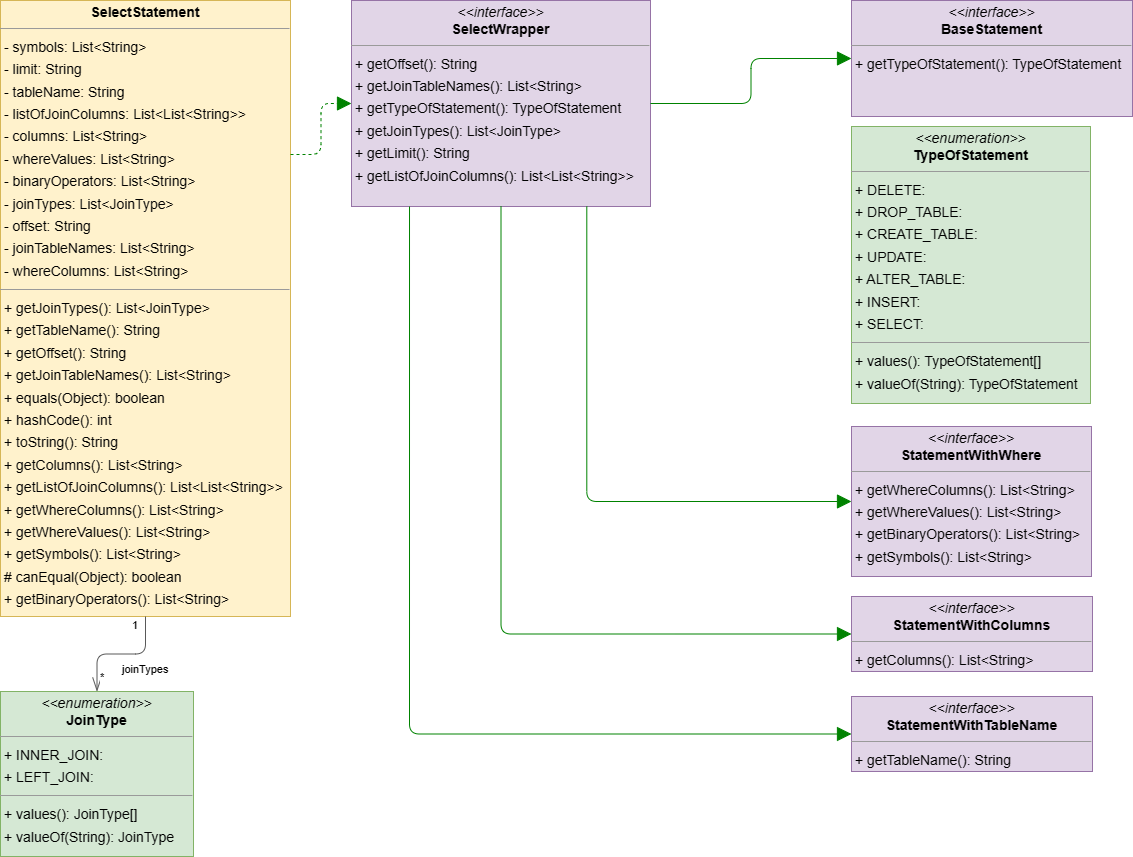
Before: JFSQL-documentation/Images/Select.png, a diagram exported from draw.io (Zsolti0819/JFSQL). Source tidied: cells renumbered, new cells last; positions are measured from the earlier drawing's top-left corner, leaving out a move shared by most shapes.
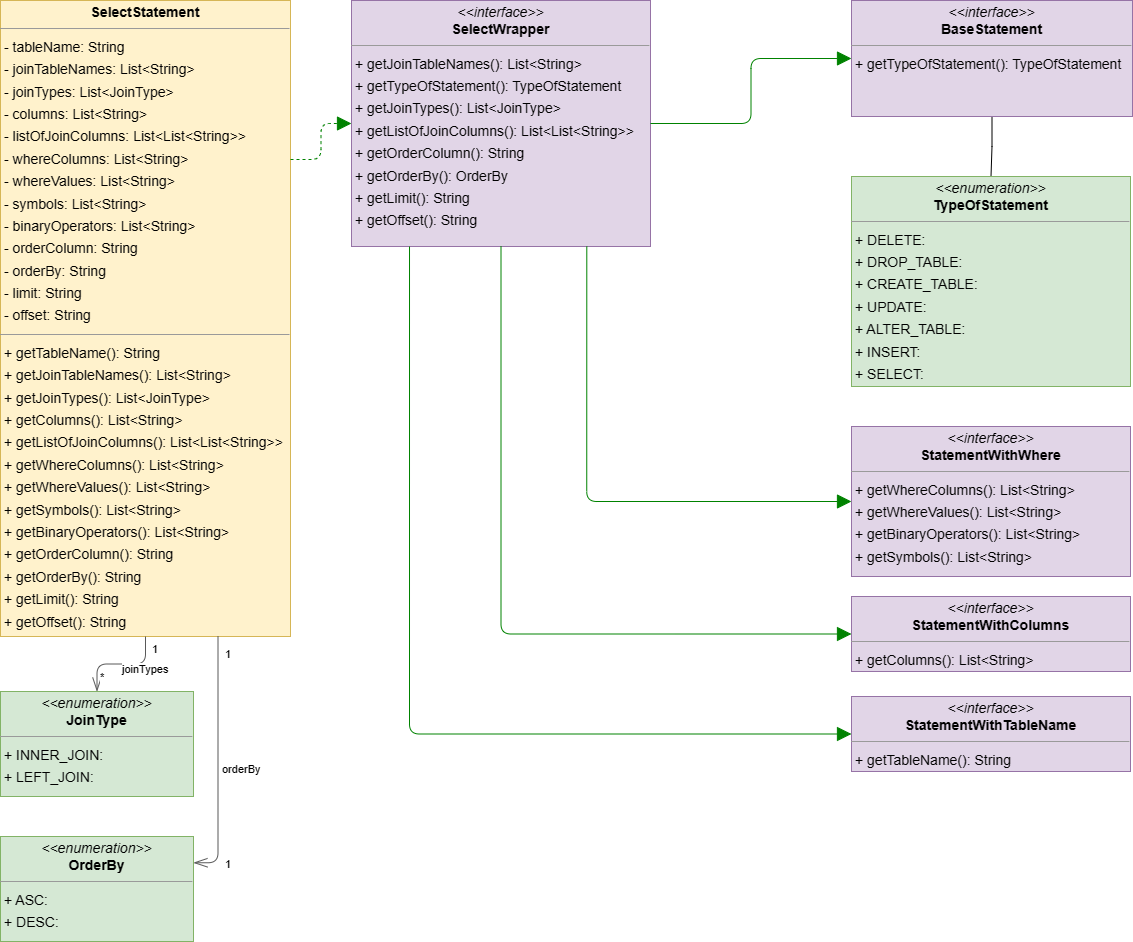
The same file after the commit.

Diff of the diagram source:
```diff
@@ -2,35 +2,38 @@
   <root>
     <mxCell id="0" />
     <mxCell id="1" parent="0" />
+    <mxCell id="19" style="edgeStyle=orthogonalEdgeStyle;rounded=0;jettySize=auto;html=1;exitX=0.5;exitY=1;exitDx=0;exitDy=0;entryX=0.5;entryY=0;entryDx=0;entryDy=0;endArrow=none;endFill=0;" parent="1" edge="1" source="2" target="9">
+      <mxGeometry relative="1" as="geometry" />
+    </mxCell>
     <mxCell id="2" value="&lt;p style=&quot;margin:0px;margin-top:4px;text-align:center;&quot;&gt;&lt;i&gt;&amp;lt;&amp;lt;interface&amp;gt;&amp;gt;&lt;/i&gt;&lt;br/&gt;&lt;b&gt;BaseStatement&lt;/b&gt;&lt;/p&gt;&lt;hr size=&quot;1&quot;/&gt;&lt;p style=&quot;margin:0 0 0 4px;line-height:1.6;&quot;&gt;+ getTypeOfStatement(): TypeOfStatement&lt;/p&gt;" style="verticalAlign=top;align=left;overflow=fill;fontSize=14;fontFamily=Helvetica;html=1;rounded=0;shadow=0;comic=0;labelBackgroundColor=none;strokeWidth=1;fillColor=#e1d5e7;strokeColor=#9673a6;" parent="1" vertex="1">
       <mxGeometry x="851" width="281" height="116" as="geometry" />
     </mxCell>
-    <mxCell id="3" value="&lt;p style=&quot;margin:0px;margin-top:4px;text-align:center;&quot;&gt;&lt;i&gt;&amp;lt;&amp;lt;enumeration&amp;gt;&amp;gt;&lt;/i&gt;&lt;br/&gt;&lt;b&gt;JoinType&lt;/b&gt;&lt;/p&gt;&lt;hr size=&quot;1&quot;/&gt;&lt;p style=&quot;margin:0 0 0 4px;line-height:1.6;&quot;&gt;+ INNER_JOIN: &lt;br/&gt;+ LEFT_JOIN: &lt;/p&gt;&lt;hr size=&quot;1&quot;/&gt;&lt;p style=&quot;margin:0 0 0 4px;line-height:1.6;&quot;&gt;+ values(): JoinType[]&lt;br/&gt;+ valueOf(String): JoinType&lt;/p&gt;" style="verticalAlign=top;align=left;overflow=fill;fontSize=14;fontFamily=Helvetica;html=1;rounded=0;shadow=0;comic=0;labelBackgroundColor=none;strokeWidth=1;fillColor=#d5e8d4;strokeColor=#82b366;" parent="1" vertex="1">
-      <mxGeometry y="691" width="193" height="165" as="geometry" />
+    <mxCell id="3" value="&lt;p style=&quot;margin:0px;margin-top:4px;text-align:center;&quot;&gt;&lt;i&gt;&amp;lt;&amp;lt;enumeration&amp;gt;&amp;gt;&lt;/i&gt;&lt;br&gt;&lt;b&gt;JoinType&lt;/b&gt;&lt;/p&gt;&lt;hr size=&quot;1&quot;&gt;&lt;p style=&quot;margin:0 0 0 4px;line-height:1.6;&quot;&gt;+ INNER_JOIN: &lt;br&gt;+ LEFT_JOIN: &lt;/p&gt;&lt;p style=&quot;margin:0 0 0 4px;line-height:1.6;&quot;&gt;&lt;br&gt;&lt;/p&gt;" style="verticalAlign=top;align=left;overflow=fill;fontSize=14;fontFamily=Helvetica;html=1;rounded=0;shadow=0;comic=0;labelBackgroundColor=none;strokeWidth=1;fillColor=#d5e8d4;strokeColor=#82b366;" parent="1" vertex="1">
+      <mxGeometry y="691" width="193" height="105" as="geometry" />
     </mxCell>
-    <mxCell id="4" value="&lt;p style=&quot;margin:0px;margin-top:4px;text-align:center;&quot;&gt;&lt;b&gt;SelectStatement&lt;/b&gt;&lt;/p&gt;&lt;hr size=&quot;1&quot;/&gt;&lt;p style=&quot;margin:0 0 0 4px;line-height:1.6;&quot;&gt;- symbols: List&amp;lt;String&amp;gt;&lt;br/&gt;- limit: String&lt;br/&gt;- tableName: String&lt;br/&gt;- listOfJoinColumns: List&amp;lt;List&amp;lt;String&amp;gt;&amp;gt;&lt;br/&gt;- columns: List&amp;lt;String&amp;gt;&lt;br/&gt;- whereValues: List&amp;lt;String&amp;gt;&lt;br/&gt;- binaryOperators: List&amp;lt;String&amp;gt;&lt;br/&gt;- joinTypes: List&amp;lt;JoinType&amp;gt;&lt;br/&gt;- offset: String&lt;br/&gt;- joinTableNames: List&amp;lt;String&amp;gt;&lt;br/&gt;- whereColumns: List&amp;lt;String&amp;gt;&lt;/p&gt;&lt;hr size=&quot;1&quot;/&gt;&lt;p style=&quot;margin:0 0 0 4px;line-height:1.6;&quot;&gt;+ getJoinTypes(): List&amp;lt;JoinType&amp;gt;&lt;br/&gt;+ getTableName(): String&lt;br/&gt;+ getOffset(): String&lt;br/&gt;+ getJoinTableNames(): List&amp;lt;String&amp;gt;&lt;br/&gt;+ equals(Object): boolean&lt;br/&gt;+ hashCode(): int&lt;br/&gt;+ toString(): String&lt;br/&gt;+ getColumns(): List&amp;lt;String&amp;gt;&lt;br/&gt;+ getListOfJoinColumns(): List&amp;lt;List&amp;lt;String&amp;gt;&amp;gt;&lt;br/&gt;+ getWhereColumns(): List&amp;lt;String&amp;gt;&lt;br/&gt;+ getWhereValues(): List&amp;lt;String&amp;gt;&lt;br/&gt;+ getSymbols(): List&amp;lt;String&amp;gt;&lt;br/&gt;# canEqual(Object): boolean&lt;br/&gt;+ getBinaryOperators(): List&amp;lt;String&amp;gt;&lt;br/&gt;+ getLimit(): String&lt;/p&gt;" style="verticalAlign=top;align=left;overflow=fill;fontSize=14;fontFamily=Helvetica;html=1;rounded=0;shadow=0;comic=0;labelBackgroundColor=none;strokeWidth=1;fillColor=#fff2cc;strokeColor=#d6b656;" parent="1" vertex="1">
-      <mxGeometry width="290" height="616" as="geometry" />
+    <mxCell id="4" value="&lt;p style=&quot;margin:0px;margin-top:4px;text-align:center;&quot;&gt;&lt;b&gt;SelectStatement&lt;/b&gt;&lt;/p&gt;&lt;hr size=&quot;1&quot;&gt;&lt;p style=&quot;margin:0 0 0 4px;line-height:1.6;&quot;&gt;- tableName: String&lt;br&gt;- joinTableNames: List&amp;lt;String&amp;gt;&lt;br&gt;- joinTypes: List&amp;lt;JoinType&amp;gt;&lt;br&gt;- columns: List&amp;lt;String&amp;gt;&lt;br&gt;- listOfJoinColumns: List&amp;lt;List&amp;lt;String&amp;gt;&amp;gt;&lt;br&gt;&lt;/p&gt;&lt;p style=&quot;margin:0 0 0 4px;line-height:1.6;&quot;&gt;- whereColumns: List&amp;lt;String&amp;gt;&lt;br&gt;&lt;/p&gt;&lt;p style=&quot;margin:0 0 0 4px;line-height:1.6;&quot;&gt;- whereValues: List&amp;lt;String&amp;gt;&lt;br&gt;&lt;/p&gt;&lt;p style=&quot;margin:0 0 0 4px;line-height:1.6;&quot;&gt;- symbols: List&amp;lt;String&amp;gt;&lt;br&gt;- binaryOperators: List&amp;lt;String&amp;gt;&lt;/p&gt;&lt;p style=&quot;margin:0 0 0 4px;line-height:1.6;&quot;&gt;- orderColumn: String&lt;/p&gt;&lt;p style=&quot;margin:0 0 0 4px;line-height:1.6;&quot;&gt;- orderBy: String&lt;br&gt;- limit: String&lt;br&gt;- offset: String&lt;br&gt;&lt;/p&gt;&lt;hr size=&quot;1&quot;&gt;&lt;p style=&quot;margin:0 0 0 4px;line-height:1.6;&quot;&gt;+ getTableName(): String&lt;br&gt;&lt;/p&gt;&lt;p style=&quot;margin:0 0 0 4px;line-height:1.6;&quot;&gt;+ getJoinTableNames(): List&amp;lt;String&amp;gt;&lt;br&gt;&lt;/p&gt;&lt;p style=&quot;margin:0 0 0 4px;line-height:1.6;&quot;&gt;+ getJoinTypes(): List&amp;lt;JoinType&amp;gt;&lt;br&gt;+ getColumns(): List&amp;lt;String&amp;gt;&lt;/p&gt;&lt;p style=&quot;margin:0 0 0 4px;line-height:1.6;&quot;&gt;+ getListOfJoinColumns(): List&amp;lt;List&amp;lt;String&amp;gt;&amp;gt;&lt;/p&gt;&lt;p style=&quot;margin:0 0 0 4px;line-height:1.6;&quot;&gt;+ getWhereColumns(): List&amp;lt;String&amp;gt;&lt;br style=&quot;border-color: var(--border-color);&quot;&gt;+ getWhereValues(): List&amp;lt;String&amp;gt;&lt;/p&gt;&lt;p style=&quot;margin:0 0 0 4px;line-height:1.6;&quot;&gt;+ getSymbols(): List&amp;lt;String&amp;gt;&lt;br style=&quot;border-color: var(--border-color);&quot;&gt;+ getBinaryOperators(): List&amp;lt;String&amp;gt;&lt;/p&gt;&lt;p style=&quot;margin:0 0 0 4px;line-height:1.6;&quot;&gt;+ getOrderColumn(): String&lt;br&gt;&lt;/p&gt;&lt;p style=&quot;margin:0 0 0 4px;line-height:1.6;&quot;&gt;+ getOrderBy(): String&lt;br&gt;&lt;/p&gt;&lt;p style=&quot;margin:0 0 0 4px;line-height:1.6;&quot;&gt;+ getLimit(): String&lt;br&gt;+ getOffset(): String&lt;br&gt;&lt;br&gt;&lt;/p&gt;" style="verticalAlign=top;align=left;overflow=fill;fontSize=14;fontFamily=Helvetica;html=1;rounded=0;shadow=0;comic=0;labelBackgroundColor=none;strokeWidth=1;fillColor=#fff2cc;strokeColor=#d6b656;" parent="1" vertex="1">
+      <mxGeometry width="290" height="636" as="geometry" />
     </mxCell>
-    <mxCell id="5" value="&lt;p style=&quot;margin:0px;margin-top:4px;text-align:center;&quot;&gt;&lt;i&gt;&amp;lt;&amp;lt;interface&amp;gt;&amp;gt;&lt;/i&gt;&lt;br/&gt;&lt;b&gt;SelectWrapper&lt;/b&gt;&lt;/p&gt;&lt;hr size=&quot;1&quot;/&gt;&lt;p style=&quot;margin:0 0 0 4px;line-height:1.6;&quot;&gt;+ getOffset(): String&lt;br/&gt;+ getJoinTableNames(): List&amp;lt;String&amp;gt;&lt;br/&gt;+ getTypeOfStatement(): TypeOfStatement&lt;br/&gt;+ getJoinTypes(): List&amp;lt;JoinType&amp;gt;&lt;br/&gt;+ getLimit(): String&lt;br/&gt;+ getListOfJoinColumns(): List&amp;lt;List&amp;lt;String&amp;gt;&amp;gt;&lt;/p&gt;" style="verticalAlign=top;align=left;overflow=fill;fontSize=14;fontFamily=Helvetica;html=1;rounded=0;shadow=0;comic=0;labelBackgroundColor=none;strokeWidth=1;fillColor=#e1d5e7;strokeColor=#9673a6;" parent="1" vertex="1">
-      <mxGeometry x="351" width="299" height="206" as="geometry" />
+    <mxCell id="5" value="&lt;p style=&quot;margin:0px;margin-top:4px;text-align:center;&quot;&gt;&lt;i&gt;&amp;lt;&amp;lt;interface&amp;gt;&amp;gt;&lt;/i&gt;&lt;br&gt;&lt;b&gt;SelectWrapper&lt;/b&gt;&lt;/p&gt;&lt;hr size=&quot;1&quot;&gt;&lt;p style=&quot;margin:0 0 0 4px;line-height:1.6;&quot;&gt;+ getJoinTableNames(): List&amp;lt;String&amp;gt;&lt;br&gt;+ getTypeOfStatement(): TypeOfStatement&lt;br&gt;+ getJoinTypes(): List&amp;lt;JoinType&amp;gt;&lt;br&gt;+ getListOfJoinColumns(): List&amp;lt;List&amp;lt;String&amp;gt;&amp;gt;&lt;/p&gt;&lt;p style=&quot;margin:0 0 0 4px;line-height:1.6;&quot;&gt;+ getOrderColumn(): String&lt;br&gt;&lt;/p&gt;&lt;p style=&quot;margin:0 0 0 4px;line-height:1.6;&quot;&gt;+ getOrderBy(): OrderBy&lt;br&gt;&lt;/p&gt;&lt;p style=&quot;margin:0 0 0 4px;line-height:1.6;&quot;&gt;+ getLimit(): String&lt;br&gt;&lt;/p&gt;&lt;p style=&quot;margin:0 0 0 4px;line-height:1.6;&quot;&gt;+ getOffset(): String&lt;br&gt;&lt;/p&gt;" style="verticalAlign=top;align=left;overflow=fill;fontSize=14;fontFamily=Helvetica;html=1;rounded=0;shadow=0;comic=0;labelBackgroundColor=none;strokeWidth=1;fillColor=#e1d5e7;strokeColor=#9673a6;" parent="1" vertex="1">
+      <mxGeometry x="351" width="299" height="246" as="geometry" />
     </mxCell>
     <mxCell id="6" value="&lt;p style=&quot;margin:0px;margin-top:4px;text-align:center;&quot;&gt;&lt;i&gt;&amp;lt;&amp;lt;interface&amp;gt;&amp;gt;&lt;/i&gt;&lt;br/&gt;&lt;b&gt;StatementWithColumns&lt;/b&gt;&lt;/p&gt;&lt;hr size=&quot;1&quot;/&gt;&lt;p style=&quot;margin:0 0 0 4px;line-height:1.6;&quot;&gt;+ getColumns(): List&amp;lt;String&amp;gt;&lt;/p&gt;" style="verticalAlign=top;align=left;overflow=fill;fontSize=14;fontFamily=Helvetica;html=1;rounded=0;shadow=0;comic=0;labelBackgroundColor=none;strokeWidth=1;fillColor=#e1d5e7;strokeColor=#9673a6;" parent="1" vertex="1">
-      <mxGeometry x="851" y="596" width="241" height="75" as="geometry" />
+      <mxGeometry x="851" y="596" width="279" height="75" as="geometry" />
     </mxCell>
     <mxCell id="7" value="&lt;p style=&quot;margin:0px;margin-top:4px;text-align:center;&quot;&gt;&lt;i&gt;&amp;lt;&amp;lt;interface&amp;gt;&amp;gt;&lt;/i&gt;&lt;br/&gt;&lt;b&gt;StatementWithTableName&lt;/b&gt;&lt;/p&gt;&lt;hr size=&quot;1&quot;/&gt;&lt;p style=&quot;margin:0 0 0 4px;line-height:1.6;&quot;&gt;+ getTableName(): String&lt;/p&gt;" style="verticalAlign=top;align=left;overflow=fill;fontSize=14;fontFamily=Helvetica;html=1;rounded=0;shadow=0;comic=0;labelBackgroundColor=none;strokeWidth=1;fillColor=#e1d5e7;strokeColor=#9673a6;" parent="1" vertex="1">
-      <mxGeometry x="851" y="696" width="241" height="75" as="geometry" />
+      <mxGeometry x="851" y="696" width="279" height="75" as="geometry" />
     </mxCell>
     <mxCell id="8" value="&lt;p style=&quot;margin:0px;margin-top:4px;text-align:center;&quot;&gt;&lt;i&gt;&amp;lt;&amp;lt;interface&amp;gt;&amp;gt;&lt;/i&gt;&lt;br/&gt;&lt;b&gt;StatementWithWhere&lt;/b&gt;&lt;/p&gt;&lt;hr size=&quot;1&quot;/&gt;&lt;p style=&quot;margin:0 0 0 4px;line-height:1.6;&quot;&gt;+ getWhereColumns(): List&amp;lt;String&amp;gt;&lt;br/&gt;+ getWhereValues(): List&amp;lt;String&amp;gt;&lt;br/&gt;+ getBinaryOperators(): List&amp;lt;String&amp;gt;&lt;br/&gt;+ getSymbols(): List&amp;lt;String&amp;gt;&lt;/p&gt;" style="verticalAlign=top;align=left;overflow=fill;fontSize=14;fontFamily=Helvetica;html=1;rounded=0;shadow=0;comic=0;labelBackgroundColor=none;strokeWidth=1;fillColor=#e1d5e7;strokeColor=#9673a6;" parent="1" vertex="1">
-      <mxGeometry x="851" y="426" width="240" height="150" as="geometry" />
+      <mxGeometry x="851" y="426" width="279" height="150" as="geometry" />
     </mxCell>
-    <mxCell id="9" value="&lt;p style=&quot;margin:0px;margin-top:4px;text-align:center;&quot;&gt;&lt;i&gt;&amp;lt;&amp;lt;enumeration&amp;gt;&amp;gt;&lt;/i&gt;&lt;br/&gt;&lt;b&gt;TypeOfStatement&lt;/b&gt;&lt;/p&gt;&lt;hr size=&quot;1&quot;/&gt;&lt;p style=&quot;margin:0 0 0 4px;line-height:1.6;&quot;&gt;+ DELETE: &lt;br/&gt;+ DROP_TABLE: &lt;br/&gt;+ CREATE_TABLE: &lt;br/&gt;+ UPDATE: &lt;br/&gt;+ ALTER_TABLE: &lt;br/&gt;+ INSERT: &lt;br/&gt;+ SELECT: &lt;/p&gt;&lt;hr size=&quot;1&quot;/&gt;&lt;p style=&quot;margin:0 0 0 4px;line-height:1.6;&quot;&gt;+ values(): TypeOfStatement[]&lt;br/&gt;+ valueOf(String): TypeOfStatement&lt;/p&gt;" style="verticalAlign=top;align=left;overflow=fill;fontSize=14;fontFamily=Helvetica;html=1;rounded=0;shadow=0;comic=0;labelBackgroundColor=none;strokeWidth=1;fillColor=#d5e8d4;strokeColor=#82b366;" parent="1" vertex="1">
-      <mxGeometry x="851" y="126" width="239" height="277" as="geometry" />
+    <mxCell id="9" value="&lt;p style=&quot;margin:0px;margin-top:4px;text-align:center;&quot;&gt;&lt;i&gt;&amp;lt;&amp;lt;enumeration&amp;gt;&amp;gt;&lt;/i&gt;&lt;br&gt;&lt;b&gt;TypeOfStatement&lt;/b&gt;&lt;/p&gt;&lt;hr size=&quot;1&quot;&gt;&lt;p style=&quot;margin:0 0 0 4px;line-height:1.6;&quot;&gt;+ DELETE: &lt;br&gt;+ DROP_TABLE: &lt;br&gt;+ CREATE_TABLE: &lt;br&gt;+ UPDATE: &lt;br&gt;+ ALTER_TABLE: &lt;br&gt;+ INSERT: &lt;br&gt;+ SELECT: &lt;/p&gt;&lt;p style=&quot;margin:0 0 0 4px;line-height:1.6;&quot;&gt;&lt;br&gt;&lt;/p&gt;" style="verticalAlign=top;align=left;overflow=fill;fontSize=14;fontFamily=Helvetica;html=1;rounded=0;shadow=0;comic=0;labelBackgroundColor=none;strokeWidth=1;fillColor=#d5e8d4;strokeColor=#82b366;" parent="1" vertex="1">
+      <mxGeometry x="851" y="176" width="279" height="210" as="geometry" />
     </mxCell>
     <mxCell id="10" style="html=1;rounded=1;edgeStyle=orthogonalEdgeStyle;dashed=0;startArrow=diamondThinstartSize=12;endArrow=openThin;endSize=12;strokeColor=#595959;exitX=0.5;exitY=1;exitDx=0;exitDy=0;entryX=0.500;entryY=0.000;entryDx=0;entryDy=0;" parent="1" edge="1" source="4" target="3">
       <mxGeometry relative="1" as="geometry" />
     </mxCell>
     <mxCell id="11" value="1" style="edgeLabel;html=1;align=left;verticalAlign=top;strokeColor=default;" parent="10" vertex="1">
-      <mxGeometry x="-860" y="696" as="geometry" />
+      <mxGeometry x="-840" y="720" as="geometry" />
     </mxCell>
     <mxCell id="12" value="*" style="edgeLabel;html=1;align=left;verticalAlign=top;strokeColor=default;" parent="10" vertex="1">
       <mxGeometry x="-892" y="748" as="geometry" />
@@ -53,5 +56,28 @@
     <mxCell id="18" style="html=1;rounded=1;edgeStyle=orthogonalEdgeStyle;dashed=0;startArrow=none;endArrow=block;endSize=12;strokeColor=#008200;exitX=0.799;exitY=1.021;exitDx=0;exitDy=0;entryX=0.000;entryY=0.500;entryDx=0;entryDy=0;" parent="1" edge="1" source="5" target="8">
       <mxGeometry relative="1" as="geometry" />
     </mxCell>
+    <mxCell id="20" value="&lt;p style=&quot;margin:0px;margin-top:4px;text-align:center;&quot;&gt;&lt;i&gt;&amp;lt;&amp;lt;enumeration&amp;gt;&amp;gt;&lt;/i&gt;&lt;br&gt;&lt;b&gt;OrderBy&lt;/b&gt;&lt;/p&gt;&lt;hr size=&quot;1&quot;&gt;&lt;p style=&quot;margin:0 0 0 4px;line-height:1.6;&quot;&gt;+ ASC: &lt;br&gt;+ DESC: &lt;/p&gt;&lt;p style=&quot;margin:0 0 0 4px;line-height:1.6;&quot;&gt;&lt;br&gt;&lt;/p&gt;" style="verticalAlign=top;align=left;overflow=fill;fontSize=14;fontFamily=Helvetica;html=1;rounded=0;shadow=0;comic=0;labelBackgroundColor=none;strokeWidth=1;fillColor=#d5e8d4;strokeColor=#82b366;" parent="1" vertex="1">
+      <mxGeometry y="836" width="193" height="105" as="geometry" />
+    </mxCell>
+    <mxCell id="21" style="html=1;rounded=1;edgeStyle=orthogonalEdgeStyle;dashed=0;startArrow=diamondThinstartSize=12;endArrow=openThin;endSize=12;strokeColor=#595959;exitX=0.75;exitY=1;exitDx=0;exitDy=0;entryX=1;entryY=0.25;entryDx=0;entryDy=0;" parent="1" edge="1" source="4" target="20">
+      <mxGeometry relative="1" as="geometry">
+        <Array as="points">
+          <mxPoint x="218" y="862" />
+        </Array>
+      </mxGeometry>
+    </mxCell>
+    <mxCell id="22" value="1" style="edgeLabel;html=1;align=left;verticalAlign=top;strokeColor=default;" parent="21" vertex="1">
+      <mxGeometry x="-920" y="600" as="geometry">
+        <mxPoint x="153" y="125" as="offset" />
+      </mxGeometry>
+    </mxCell>
+    <mxCell id="23" value="orderBy" style="edgeLabel;html=1;align=left;verticalAlign=top;strokeColor=default;" parent="21" vertex="1">
+      <mxGeometry x="-770" y="840" as="geometry" />
+    </mxCell>
+    <mxCell id="24" value="1" style="edgeLabel;html=1;align=left;verticalAlign=top;strokeColor=default;" parent="1" vertex="1">
+      <mxGeometry x="70" y="726" as="geometry">
+        <mxPoint x="153" y="125" as="offset" />
+      </mxGeometry>
+    </mxCell>
   </root>
 </mxGraphModel>
```
